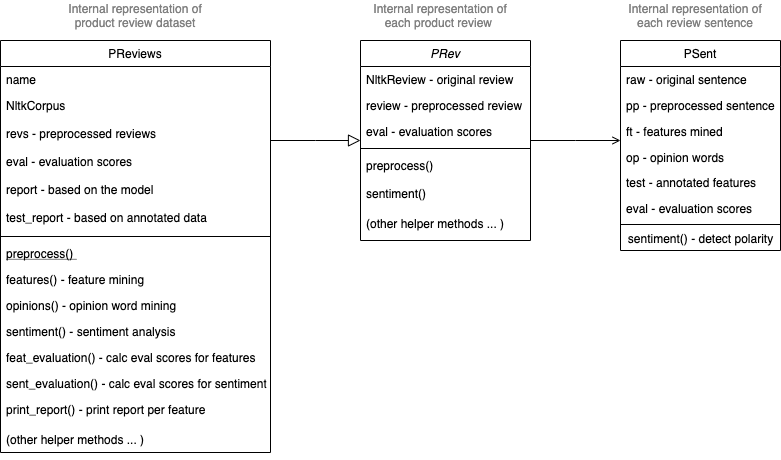
Earlier version of the draw.io export media/class_diagram.png (andrejlukic/nlp-opinion-mining). Source tidied: cells renumbered, new cells last; positions are measured from the earlier drawing's top-left corner, leaving out a move shared by most shapes. The source it was exported from:
```xml
<mxGraphModel>
  <root>
    <mxCell id="0" />
    <mxCell id="1" parent="0" />
    <mxCell id="2" value="PRev" style="swimlane;fontStyle=2;align=center;verticalAlign=top;horizontal=1;startSize=26;rounded=0;shadow=0;strokeWidth=1;" parent="1" vertex="1">
      <mxGeometry x="360" y="40" width="170" height="200" as="geometry" />
    </mxCell>
    <mxCell id="3" value="NltkReview - original review" style="text;align=left;verticalAlign=top;spacingLeft=4;spacingRight=4;overflow=hidden;" parent="2" vertex="1">
      <mxGeometry y="26" width="170" height="26" as="geometry" />
    </mxCell>
    <mxCell id="4" value="review - preprocessed review" style="text;align=left;verticalAlign=top;spacingLeft=4;spacingRight=4;overflow=hidden;rounded=0;shadow=0;html=0;" parent="2" vertex="1">
      <mxGeometry y="52" width="170" height="26" as="geometry" />
    </mxCell>
    <mxCell id="5" value="eval - evaluation scores" style="text;align=left;verticalAlign=top;spacingLeft=4;spacingRight=4;overflow=hidden;rounded=0;shadow=0;html=0;" parent="2" vertex="1">
      <mxGeometry y="78" width="170" height="26" as="geometry" />
    </mxCell>
    <mxCell id="6" style="line;html=1;strokeWidth=1;align=left;verticalAlign=middle;spacingTop=-1;spacingLeft=3;spacingRight=3;labelPosition=right;" parent="2" vertex="1">
      <mxGeometry y="104" width="170" height="8" as="geometry" />
    </mxCell>
    <mxCell id="7" value="preprocess()" style="text;align=left;verticalAlign=top;spacingLeft=4;spacingRight=4;overflow=hidden;" parent="2" vertex="1">
      <mxGeometry y="112" width="170" height="28" as="geometry" />
    </mxCell>
    <mxCell id="8" value="sentiment()&#10;" style="text;align=left;verticalAlign=top;spacingLeft=4;spacingRight=4;overflow=hidden;" parent="2" vertex="1">
      <mxGeometry y="140" width="170" height="30" as="geometry" />
    </mxCell>
    <mxCell id="9" value="(other helper methods ... )" style="text;align=left;verticalAlign=top;spacingLeft=4;spacingRight=4;overflow=hidden;" parent="2" vertex="1">
      <mxGeometry y="170" width="170" height="30" as="geometry" />
    </mxCell>
    <mxCell id="10" value="PReviews" style="swimlane;fontStyle=0;align=center;verticalAlign=top;horizontal=1;startSize=26;rounded=0;shadow=0;strokeWidth=1;" parent="1" vertex="1">
      <mxGeometry y="40" width="270" height="412" as="geometry" />
    </mxCell>
    <mxCell id="11" value="name" style="text;align=left;verticalAlign=top;spacingLeft=4;spacingRight=4;overflow=hidden;" parent="10" vertex="1">
      <mxGeometry y="26" width="270" height="26" as="geometry" />
    </mxCell>
    <mxCell id="12" value="NltkCorpus" style="text;align=left;verticalAlign=top;spacingLeft=4;spacingRight=4;overflow=hidden;rounded=0;shadow=0;html=0;" parent="10" vertex="1">
      <mxGeometry y="52" width="270" height="28" as="geometry" />
    </mxCell>
    <mxCell id="13" value="revs - preprocessed reviews" style="text;align=left;verticalAlign=top;spacingLeft=4;spacingRight=4;overflow=hidden;rounded=0;shadow=0;html=0;" parent="10" vertex="1">
      <mxGeometry y="80" width="270" height="28" as="geometry" />
    </mxCell>
    <mxCell id="14" value="eval - evaluation scores" style="text;align=left;verticalAlign=top;spacingLeft=4;spacingRight=4;overflow=hidden;rounded=0;shadow=0;html=0;" parent="10" vertex="1">
      <mxGeometry y="108" width="270" height="28" as="geometry" />
    </mxCell>
    <mxCell id="15" value="report - based on the model" style="text;align=left;verticalAlign=top;spacingLeft=4;spacingRight=4;overflow=hidden;rounded=0;shadow=0;html=0;" parent="10" vertex="1">
      <mxGeometry y="136" width="270" height="28" as="geometry" />
    </mxCell>
    <mxCell id="16" value="test_report - based on annotated data" style="text;align=left;verticalAlign=top;spacingLeft=4;spacingRight=4;overflow=hidden;rounded=0;shadow=0;html=0;" parent="10" vertex="1">
      <mxGeometry y="164" width="270" height="28" as="geometry" />
    </mxCell>
    <mxCell id="17" style="line;html=1;strokeWidth=1;align=left;verticalAlign=middle;spacingTop=-1;spacingLeft=3;spacingRight=3;labelPosition=right;" parent="10" vertex="1">
      <mxGeometry y="192" width="270" height="8" as="geometry" />
    </mxCell>
    <mxCell id="18" value="preprocess() " style="text;align=left;verticalAlign=top;spacingLeft=4;spacingRight=4;overflow=hidden;fontStyle=4;" parent="10" vertex="1">
      <mxGeometry y="200" width="270" height="26" as="geometry" />
    </mxCell>
    <mxCell id="19" value="features() - feature mining" style="text;align=left;verticalAlign=top;spacingLeft=4;spacingRight=4;overflow=hidden;" parent="10" vertex="1">
      <mxGeometry y="226" width="270" height="26" as="geometry" />
    </mxCell>
    <mxCell id="20" value="opinions() - opinion word mining" style="text;align=left;verticalAlign=top;spacingLeft=4;spacingRight=4;overflow=hidden;" parent="10" vertex="1">
      <mxGeometry y="252" width="270" height="26" as="geometry" />
    </mxCell>
    <mxCell id="21" value="sentiment() - sentiment analysis" style="text;align=left;verticalAlign=top;spacingLeft=4;spacingRight=4;overflow=hidden;" parent="10" vertex="1">
      <mxGeometry y="278" width="270" height="26" as="geometry" />
    </mxCell>
    <mxCell id="22" value="feat_evaluation() - calc eval scores for features" style="text;align=left;verticalAlign=top;spacingLeft=4;spacingRight=4;overflow=hidden;" parent="10" vertex="1">
      <mxGeometry y="304" width="270" height="26" as="geometry" />
    </mxCell>
    <mxCell id="23" value="sent_evaluation() - calc eval scores for sentiment" style="text;align=left;verticalAlign=top;spacingLeft=4;spacingRight=4;overflow=hidden;" parent="10" vertex="1">
      <mxGeometry y="330" width="270" height="26" as="geometry" />
    </mxCell>
    <mxCell id="24" value="print_report() - print report per feature" style="text;align=left;verticalAlign=top;spacingLeft=4;spacingRight=4;overflow=hidden;" parent="10" vertex="1">
      <mxGeometry y="356" width="270" height="26" as="geometry" />
    </mxCell>
    <mxCell id="25" style="endArrow=block;endSize=10;endFill=0;shadow=0;strokeWidth=1;rounded=0;edgeStyle=elbowEdgeStyle;elbow=vertical;" parent="1" edge="1" source="10" target="2">
      <mxGeometry relative="1" as="geometry" />
    </mxCell>
    <mxCell id="26" value="PSent" style="swimlane;fontStyle=0;align=center;verticalAlign=top;horizontal=1;startSize=26;rounded=0;shadow=0;strokeWidth=1;" parent="1" vertex="1">
      <mxGeometry x="620" y="40" width="160" height="210" as="geometry" />
    </mxCell>
    <mxCell id="27" value="raw - original sentence" style="text;align=left;verticalAlign=top;spacingLeft=4;spacingRight=4;overflow=hidden;" parent="26" vertex="1">
      <mxGeometry y="26" width="160" height="26" as="geometry" />
    </mxCell>
    <mxCell id="28" value="pp - preprocessed sentence" style="text;align=left;verticalAlign=top;spacingLeft=4;spacingRight=4;overflow=hidden;rounded=0;shadow=0;html=0;" parent="26" vertex="1">
      <mxGeometry y="52" width="160" height="26" as="geometry" />
    </mxCell>
    <mxCell id="29" value="ft - features mined" style="text;align=left;verticalAlign=top;spacingLeft=4;spacingRight=4;overflow=hidden;rounded=0;shadow=0;html=0;" parent="26" vertex="1">
      <mxGeometry y="78" width="160" height="26" as="geometry" />
    </mxCell>
    <mxCell id="30" value="op - opinion words" style="text;align=left;verticalAlign=top;spacingLeft=4;spacingRight=4;overflow=hidden;rounded=0;shadow=0;html=0;" parent="26" vertex="1">
      <mxGeometry y="104" width="160" height="26" as="geometry" />
    </mxCell>
    <mxCell id="31" style="endArrow=open;shadow=0;strokeWidth=1;rounded=0;endFill=1;edgeStyle=elbowEdgeStyle;elbow=vertical;" parent="1" edge="1" source="2" target="26">
      <mxGeometry x="0.5" y="41" relative="1" as="geometry">
        <mxPoint x="-40" y="32" as="offset" />
      </mxGeometry>
    </mxCell>
    <mxCell id="32" value="test - annotated features" style="text;align=left;verticalAlign=top;spacingLeft=4;spacingRight=4;overflow=hidden;rounded=0;shadow=0;html=0;" parent="1" vertex="1">
      <mxGeometry x="620" y="169" width="160" height="26" as="geometry" />
    </mxCell>
    <mxCell id="33" value="eval - evaluation scores" style="text;align=left;verticalAlign=top;spacingLeft=4;spacingRight=4;overflow=hidden;rounded=0;shadow=0;html=0;" parent="1" vertex="1">
      <mxGeometry x="620" y="195" width="160" height="26" as="geometry" />
    </mxCell>
    <mxCell id="34" style="line;html=1;strokeWidth=1;align=left;verticalAlign=middle;spacingTop=-1;spacingLeft=3;spacingRight=3;labelPosition=right;" parent="1" vertex="1">
      <mxGeometry x="620" y="220" width="160" height="8" as="geometry" />
    </mxCell>
    <mxCell id="35" value="sentiment() - detect polarity" style="text;html=1;align=center;verticalAlign=middle;strokeColor=none;" parent="1" vertex="1">
      <mxGeometry x="620" y="228" width="160" height="20" as="geometry" />
    </mxCell>
    <mxCell id="36" value="&lt;font color=&quot;#808080&quot;&gt;Internal representation of each review sentence&lt;/font&gt;" style="text;html=1;strokeColor=none;fillColor=none;align=center;verticalAlign=middle;whiteSpace=wrap;rounded=0;" parent="1" vertex="1">
      <mxGeometry x="620" width="150" height="30" as="geometry" />
    </mxCell>
    <mxCell id="37" value="&lt;font color=&quot;#808080&quot;&gt;Internal representation of each product review&amp;nbsp;&lt;/font&gt;" style="text;html=1;strokeColor=none;fillColor=none;align=center;verticalAlign=middle;whiteSpace=wrap;rounded=0;" parent="1" vertex="1">
      <mxGeometry x="365" width="150" height="30" as="geometry" />
    </mxCell>
    <mxCell id="38" value="&lt;font color=&quot;#808080&quot;&gt;Internal representation of product review dataset&lt;/font&gt;" style="text;html=1;strokeColor=none;fillColor=none;align=center;verticalAlign=middle;whiteSpace=wrap;rounded=0;" parent="1" vertex="1">
      <mxGeometry x="60" width="150" height="30" as="geometry" />
    </mxCell>
    <mxCell id="39" value="(other helper methods ... )" style="text;align=left;verticalAlign=top;spacingLeft=4;spacingRight=4;overflow=hidden;" parent="1" vertex="1">
      <mxGeometry y="426" width="270" height="30" as="geometry" />
    </mxCell>
  </root>
</mxGraphModel>
```
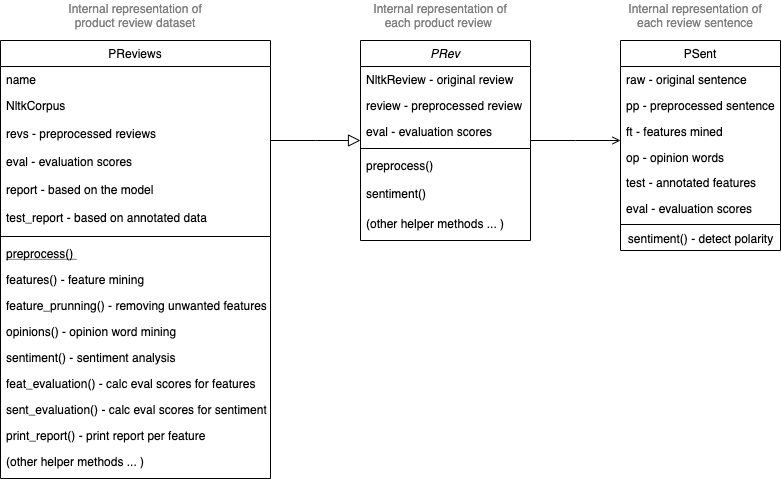
The same file after the commit.

Diff of the diagram source:
```diff
@@ -27,7 +27,7 @@
       <mxGeometry y="170" width="170" height="30" as="geometry" />
     </mxCell>
     <mxCell id="10" value="PReviews" style="swimlane;fontStyle=0;align=center;verticalAlign=top;horizontal=1;startSize=26;rounded=0;shadow=0;strokeWidth=1;" parent="1" vertex="1">
-      <mxGeometry y="40" width="270" height="412" as="geometry" />
+      <mxGeometry y="40" width="270" height="438" as="geometry" />
     </mxCell>
     <mxCell id="11" value="name" style="text;align=left;verticalAlign=top;spacingLeft=4;spacingRight=4;overflow=hidden;" parent="10" vertex="1">
       <mxGeometry y="26" width="270" height="26" as="geometry" />
@@ -56,21 +56,27 @@
     <mxCell id="19" value="features() - feature mining" style="text;align=left;verticalAlign=top;spacingLeft=4;spacingRight=4;overflow=hidden;" parent="10" vertex="1">
       <mxGeometry y="226" width="270" height="26" as="geometry" />
     </mxCell>
+    <mxCell id="40" value="feature_prunning() - removing unwanted features" style="text;align=left;verticalAlign=top;spacingLeft=4;spacingRight=4;overflow=hidden;" parent="10" vertex="1">
+      <mxGeometry y="252" width="270" height="26" as="geometry" />
+    </mxCell>
     <mxCell id="20" value="opinions() - opinion word mining" style="text;align=left;verticalAlign=top;spacingLeft=4;spacingRight=4;overflow=hidden;" parent="10" vertex="1">
-      <mxGeometry y="252" width="270" height="26" as="geometry" />
+      <mxGeometry y="278" width="270" height="26" as="geometry" />
     </mxCell>
     <mxCell id="21" value="sentiment() - sentiment analysis" style="text;align=left;verticalAlign=top;spacingLeft=4;spacingRight=4;overflow=hidden;" parent="10" vertex="1">
-      <mxGeometry y="278" width="270" height="26" as="geometry" />
+      <mxGeometry y="304" width="270" height="26" as="geometry" />
     </mxCell>
     <mxCell id="22" value="feat_evaluation() - calc eval scores for features" style="text;align=left;verticalAlign=top;spacingLeft=4;spacingRight=4;overflow=hidden;" parent="10" vertex="1">
-      <mxGeometry y="304" width="270" height="26" as="geometry" />
+      <mxGeometry y="330" width="270" height="26" as="geometry" />
     </mxCell>
     <mxCell id="23" value="sent_evaluation() - calc eval scores for sentiment" style="text;align=left;verticalAlign=top;spacingLeft=4;spacingRight=4;overflow=hidden;" parent="10" vertex="1">
-      <mxGeometry y="330" width="270" height="26" as="geometry" />
+      <mxGeometry y="356" width="270" height="26" as="geometry" />
     </mxCell>
     <mxCell id="24" value="print_report() - print report per feature" style="text;align=left;verticalAlign=top;spacingLeft=4;spacingRight=4;overflow=hidden;" parent="10" vertex="1">
-      <mxGeometry y="356" width="270" height="26" as="geometry" />
+      <mxGeometry y="382" width="270" height="26" as="geometry" />
     </mxCell>
+    <mxCell id="39" value="(other helper methods ... )" style="text;align=left;verticalAlign=top;spacingLeft=4;spacingRight=4;overflow=hidden;" parent="10" vertex="1">
+      <mxGeometry y="408" width="270" height="30" as="geometry" />
+    </mxCell>
     <mxCell id="25" style="endArrow=block;endSize=10;endFill=0;shadow=0;strokeWidth=1;rounded=0;edgeStyle=elbowEdgeStyle;elbow=vertical;" parent="1" edge="1" source="10" target="2">
       <mxGeometry relative="1" as="geometry" />
     </mxCell>
@@ -115,8 +121,5 @@
     <mxCell id="38" value="&lt;font color=&quot;#808080&quot;&gt;Internal representation of product review dataset&lt;/font&gt;" style="text;html=1;strokeColor=none;fillColor=none;align=center;verticalAlign=middle;whiteSpace=wrap;rounded=0;" parent="1" vertex="1">
       <mxGeometry x="60" width="150" height="30" as="geometry" />
     </mxCell>
-    <mxCell id="39" value="(other helper methods ... )" style="text;align=left;verticalAlign=top;spacingLeft=4;spacingRight=4;overflow=hidden;" parent="1" vertex="1">
-      <mxGeometry y="426" width="270" height="30" as="geometry" />
-    </mxCell>
   </root>
 </mxGraphModel>
```
